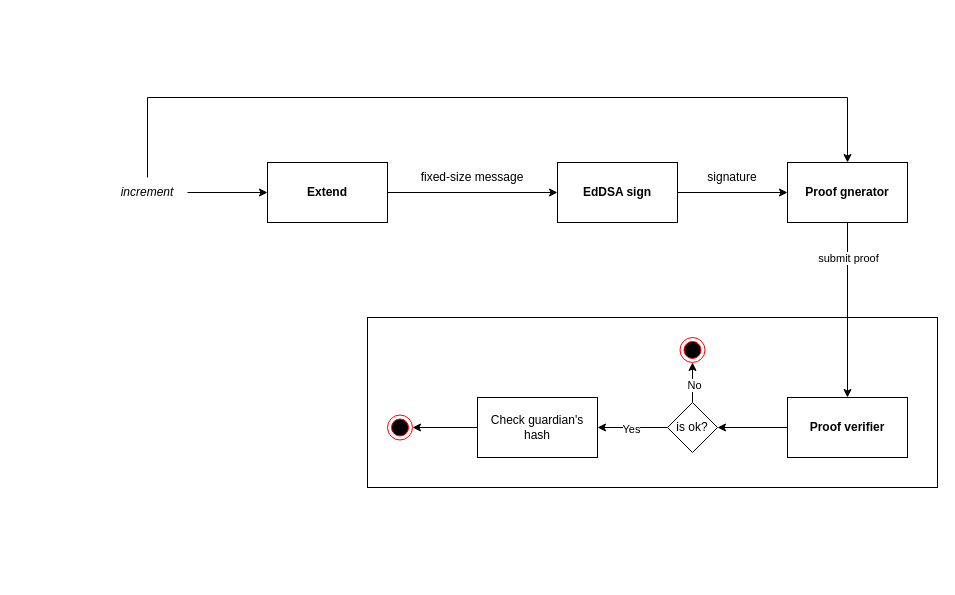
The draw.io diagram page "verification-process" (10 of 11) of documents/master.drawio in phamhongphuc1999/account-abstraction-app, before the edit. Source tidied: cells renumbered, new cells numbered last; positions are measured from the earlier drawing's top-left corner, leaving out a move shared by most shapes. Both pictures are drawn from the tidied source at 100%, with x=0, y=0 at pixel (107, 97).
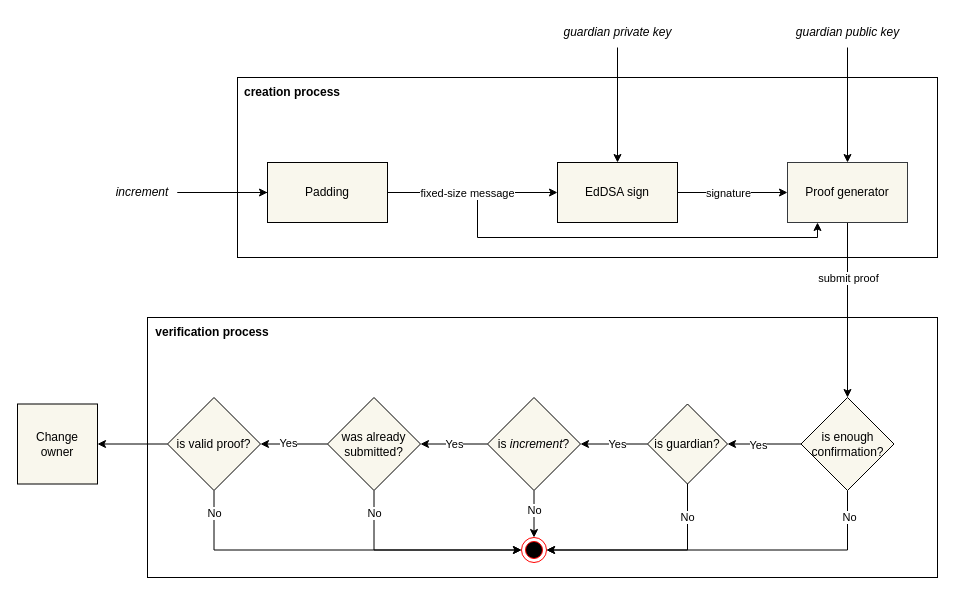
Above is the later version.

The change refers to these unchanged cells:
```xml
<mxCell id="8" style="rounded=0;jettySize=auto;html=1;entryX=0;entryY=0.5;entryDx=0;entryDy=0;" parent="1" edge="1" source="9" target="12">
  <mxGeometry relative="1" as="geometry" />
</mxCell>
```

Change to the diagram source:
```diff
@@
-    <mxCell id="2" style="rounded=0;whiteSpace=wrap;html=1;" parent="1" vertex="1">
-      <mxGeometry x="260" y="220" width="570" height="170" as="geometry" />
-    </mxCell>
+    <mxCell id="26" style="rounded=0;whiteSpace=wrap;html=1;" parent="1" vertex="1">
+      <mxGeometry x="40" y="220" width="790" height="260" as="geometry" />
+    </mxCell>
+    <mxCell id="27" style="rounded=0;whiteSpace=wrap;html=1;" parent="1" vertex="1">
+      <mxGeometry x="130" y="-20" width="700" height="180" as="geometry" />
+    </mxCell>
@@
-    <mxCell id="4" style="edgeStyle=orthogonalEdgeStyle;rounded=0;jettySize=auto;html=1;entryX=0.5;entryY=0;entryDx=0;entryDy=0;" parent="1" edge="1" source="5" target="12">
+    <mxCell id="4" style="edgeStyle=orthogonalEdgeStyle;rounded=0;jettySize=auto;html=1;entryX=0.25;entryY=1;entryDx=0;entryDy=0;" parent="1" edge="1" source="5" target="12">
       <mxGeometry relative="1" as="geometry">
         <Array as="points">
-          <mxPoint x="40" />
-          <mxPoint x="740" />
+          <mxPoint x="370" y="95" />
+          <mxPoint x="370" y="140" />
+          <mxPoint x="710" y="140" />
         </Array>
       </mxGeometry>
     </mxCell>
     <mxCell id="5" value="increment" style="text;html=1;align=center;verticalAlign=middle;whiteSpace=wrap;rounded=0;fontStyle=2;" parent="1" vertex="1">
-      <mxGeometry y="80" width="80" height="30" as="geometry" />
+      <mxGeometry y="80" width="70" height="30" as="geometry" />
     </mxCell>
     <mxCell id="6" style="rounded=0;jettySize=auto;html=1;entryX=0;entryY=0.5;entryDx=0;entryDy=0;" parent="1" edge="1" source="7" target="9">
-      <mxGeometry relative="1" as="geometry" />
+      <mxGeometry relative="1" as="geometry">
+        <Array as="points">
+          <mxPoint x="380" y="95" />
+        </Array>
+      </mxGeometry>
     </mxCell>
+    <mxCell id="13" value="fixed-size message" style="edgeLabel;html=1;align=center;verticalAlign=middle;" parent="6" vertex="1">
+      <mxGeometry x="-0.23" y="-1" relative="1" as="geometry">
+        <mxPoint x="14" y="-1" as="offset" />
+      </mxGeometry>
+    </mxCell>
-    <mxCell id="7" value="&lt;b&gt;Extend&lt;/b&gt;" style="rounded=0;whiteSpace=wrap;html=1;" parent="1" vertex="1">
+    <mxCell id="7" value="Padding" style="rounded=0;whiteSpace=wrap;html=1;fillColor=#F9F7ED;" parent="1" vertex="1">
       <mxGeometry x="160" y="65" width="120" height="60" as="geometry" />
     </mxCell>
@@
+    <mxCell id="14" value="signature" style="edgeLabel;html=1;align=center;verticalAlign=middle;" parent="8" vertex="1">
+      <mxGeometry x="-0.46" y="-1" relative="1" as="geometry">
+        <mxPoint x="20" y="-1" as="offset" />
+      </mxGeometry>
+    </mxCell>
+    <mxCell id="28" style="rounded=0;jettySize=auto;html=1;endArrow=none;endFill=0;startArrow=classic;startFill=1;" parent="1" edge="1" source="9">
+      <mxGeometry relative="1" as="geometry">
+        <mxPoint x="510" y="-50" as="targetPoint" />
+      </mxGeometry>
+    </mxCell>
-    <mxCell id="9" value="&lt;b&gt;EdDSA sign&lt;/b&gt;" style="rounded=0;whiteSpace=wrap;html=1;" parent="1" vertex="1">
+    <mxCell id="9" value="EdDSA sign" style="rounded=0;whiteSpace=wrap;html=1;fillColor=#F9F7ED;" parent="1" vertex="1">
       <mxGeometry x="450" y="65" width="120" height="60" as="geometry" />
     </mxCell>
-    <mxCell id="10" style="edgeStyle=orthogonalEdgeStyle;rounded=0;jettySize=auto;html=1;entryX=0.5;entryY=0;entryDx=0;entryDy=0;" parent="1" edge="1" source="12" target="16">
-      <mxGeometry relative="1" as="geometry" />
+    <mxCell id="10" style="edgeStyle=orthogonalEdgeStyle;rounded=0;jettySize=auto;html=1;entryX=0.5;entryY=0;entryDx=0;entryDy=0;" parent="1" edge="1" source="12">
+      <mxGeometry relative="1" as="geometry">
+        <mxPoint x="740" y="300" as="targetPoint" />
+      </mxGeometry>
     </mxCell>
     <mxCell id="11" value="submit proof" style="edgeLabel;html=1;align=center;verticalAlign=middle;" parent="10" vertex="1">
       <mxGeometry x="-0.3" y="2" relative="1" as="geometry">
-        <mxPoint x="-2" y="-26" as="offset" />
+        <mxPoint x="-2" y="-6" as="offset" />
       </mxGeometry>
     </mxCell>
+    <mxCell id="29" style="rounded=0;jettySize=auto;html=1;startArrow=classic;startFill=1;endArrow=none;endFill=0;" parent="1" edge="1" source="12">
+      <mxGeometry relative="1" as="geometry">
+        <mxPoint x="740" y="-50" as="targetPoint" />
+      </mxGeometry>
+    </mxCell>
-    <mxCell id="12" value="&lt;b&gt;Proof gnerator&lt;/b&gt;" style="rounded=0;whiteSpace=wrap;html=1;" parent="1" vertex="1">
+    <mxCell id="12" value="Proof generator" style="rounded=0;whiteSpace=wrap;html=1;fillColor=#f9f7ed;strokeColor=#36393d;" parent="1" vertex="1">
       <mxGeometry x="680" y="65" width="120" height="60" as="geometry" />
     </mxCell>
-    <mxCell id="13" value="fixed-size message" style="text;html=1;align=center;verticalAlign=middle;whiteSpace=wrap;rounded=0;" parent="1" vertex="1">
-      <mxGeometry x="280" y="65" width="170" height="30" as="geometry" />
-    </mxCell>
-    <mxCell id="14" value="signature" style="text;html=1;align=center;verticalAlign=middle;whiteSpace=wrap;rounded=0;" parent="1" vertex="1">
-      <mxGeometry x="570" y="65" width="110" height="30" as="geometry" />
-    </mxCell>
-    <mxCell id="15" style="edgeStyle=orthogonalEdgeStyle;rounded=0;jettySize=auto;html=1;entryX=1;entryY=0.5;entryDx=0;entryDy=0;" parent="1" edge="1" source="16" target="21">
-      <mxGeometry relative="1" as="geometry" />
-    </mxCell>
-    <mxCell id="16" value="&lt;b&gt;Proof verifier&lt;/b&gt;" style="rounded=0;whiteSpace=wrap;html=1;" parent="1" vertex="1">
-      <mxGeometry x="680" y="300" width="120" height="60" as="geometry" />
-    </mxCell>
-    <mxCell id="17" style="rounded=0;jettySize=auto;html=1;entryX=0.5;entryY=1;entryDx=0;entryDy=0;" parent="1" edge="1" source="21" target="22">
-      <mxGeometry relative="1" as="geometry" />
-    </mxCell>
-    <mxCell id="18" value="No" style="edgeLabel;html=1;align=center;verticalAlign=middle;" parent="17" vertex="1">
-      <mxGeometry x="-0.1" y="-1" relative="1" as="geometry" />
-    </mxCell>
-    <mxCell id="19" style="rounded=0;jettySize=auto;html=1;entryX=1;entryY=0.5;entryDx=0;entryDy=0;" parent="1" edge="1" source="21" target="24">
-      <mxGeometry relative="1" as="geometry" />
-    </mxCell>
-    <mxCell id="20" value="Yes" style="edgeLabel;html=1;align=center;verticalAlign=middle;" parent="19" vertex="1">
-      <mxGeometry x="0.05" y="1" relative="1" as="geometry" />
-    </mxCell>
+    <mxCell id="30" style="edgeStyle=orthogonalEdgeStyle;rounded=0;jettySize=auto;html=1;" parent="1" edge="1" source="21" target="47">
+      <mxGeometry relative="1" as="geometry" />
+    </mxCell>
+    <mxCell id="31" value="Yes" style="edgeLabel;html=1;align=center;verticalAlign=middle;" parent="30" vertex="1">
+      <mxGeometry x="0.18" y="1" relative="1" as="geometry" />
+    </mxCell>
+    <mxCell id="32" style="edgeStyle=orthogonalEdgeStyle;rounded=0;jettySize=auto;html=1;entryX=1;entryY=0.5;entryDx=0;entryDy=0;" parent="1" edge="1" source="21" target="25">
+      <mxGeometry relative="1" as="geometry">
+        <Array as="points">
+          <mxPoint x="740" y="453" />
+        </Array>
+      </mxGeometry>
+    </mxCell>
+    <mxCell id="33" value="No" style="edgeLabel;html=1;align=center;verticalAlign=middle;" parent="32" vertex="1">
+      <mxGeometry x="-0.85" y="1" relative="1" as="geometry">
+        <mxPoint y="-1" as="offset" />
+      </mxGeometry>
+    </mxCell>
-    <mxCell id="21" value="is ok?" style="rhombus;whiteSpace=wrap;html=1;" parent="1" vertex="1">
-      <mxGeometry x="560" y="305" width="50" height="50" as="geometry" />
+    <mxCell id="21" value="is enough confirmation?" style="rhombus;whiteSpace=wrap;html=1;fillColor=#F9F7ED;" parent="1" vertex="1">
+      <mxGeometry x="693.5" y="300" width="93" height="93" as="geometry" />
     </mxCell>
-    <mxCell id="22" style="ellipse;html=1;shape=endState;fillColor=#000000;strokeColor=#ff0000;" parent="1" vertex="1">
-      <mxGeometry x="572.5" y="240" width="25" height="25" as="geometry" />
-    </mxCell>
-    <mxCell id="23" style="rounded=0;jettySize=auto;html=1;entryX=1;entryY=0.5;entryDx=0;entryDy=0;" parent="1" edge="1" source="24" target="25">
-      <mxGeometry relative="1" as="geometry" />
-    </mxCell>
-    <mxCell id="24" value="Check guardian's hash" style="rounded=0;whiteSpace=wrap;html=1;" parent="1" vertex="1">
-      <mxGeometry x="370" y="300" width="120" height="60" as="geometry" />
-    </mxCell>
     <mxCell id="25" style="ellipse;html=1;shape=endState;fillColor=#000000;strokeColor=#ff0000;" parent="1" vertex="1">
-      <mxGeometry x="280" y="317.5" width="25" height="25" as="geometry" />
+      <mxGeometry x="414" y="440" width="25" height="25" as="geometry" />
     </mxCell>
+    <mxCell id="34" value="&lt;b&gt;verification process&lt;/b&gt;" style="text;html=1;align=center;verticalAlign=middle;whiteSpace=wrap;rounded=0;" parent="1" vertex="1">
+      <mxGeometry x="40" y="220" width="130" height="30" as="geometry" />
+    </mxCell>
+    <mxCell id="35" value="&lt;b&gt;creation process&lt;/b&gt;" style="text;html=1;align=center;verticalAlign=middle;whiteSpace=wrap;rounded=0;" parent="1" vertex="1">
+      <mxGeometry x="130" y="-20" width="110" height="30" as="geometry" />
+    </mxCell>
+    <mxCell id="36" value="guardian private key" style="text;html=1;align=center;verticalAlign=middle;whiteSpace=wrap;rounded=0;fontStyle=2;" parent="1" vertex="1">
+      <mxGeometry x="452.5" y="-80" width="115" height="30" as="geometry" />
+    </mxCell>
+    <mxCell id="37" value="guardian public key" style="text;html=1;align=center;verticalAlign=middle;whiteSpace=wrap;rounded=0;fontStyle=2;" parent="1" vertex="1">
+      <mxGeometry x="682.5" y="-80" width="115" height="30" as="geometry" />
+    </mxCell>
+    <mxCell id="38" style="rounded=0;jettySize=auto;html=1;" parent="1" edge="1" source="42" target="52">
+      <mxGeometry relative="1" as="geometry" />
+    </mxCell>
+    <mxCell id="39" value="Yes" style="edgeLabel;html=1;align=center;verticalAlign=middle;" parent="38" vertex="1">
+      <mxGeometry relative="1" as="geometry" />
+    </mxCell>
+    <mxCell id="40" style="edgeStyle=orthogonalEdgeStyle;rounded=0;jettySize=auto;html=1;" parent="1" edge="1" source="42" target="25">
+      <mxGeometry relative="1" as="geometry" />
+    </mxCell>
+    <mxCell id="41" value="No" style="edgeLabel;html=1;align=center;verticalAlign=middle;" parent="40" vertex="1">
+      <mxGeometry x="-0.17" relative="1" as="geometry">
+        <mxPoint y="-1" as="offset" />
+      </mxGeometry>
+    </mxCell>
+    <mxCell id="42" value="is &lt;i&gt;increment&lt;/i&gt;?" style="rhombus;whiteSpace=wrap;html=1;fillColor=#F9F7ED;" parent="1" vertex="1">
+      <mxGeometry x="380" y="300" width="93" height="93" as="geometry" />
+    </mxCell>
+    <mxCell id="43" style="edgeStyle=orthogonalEdgeStyle;rounded=0;jettySize=auto;html=1;entryX=1;entryY=0.5;entryDx=0;entryDy=0;" parent="1" edge="1" source="47" target="42">
+      <mxGeometry relative="1" as="geometry" />
+    </mxCell>
+    <mxCell id="44" value="Yes" style="edgeLabel;html=1;align=center;verticalAlign=middle;" parent="43" vertex="1">
+      <mxGeometry x="-0.06" relative="1" as="geometry" />
+    </mxCell>
+    <mxCell id="45" style="edgeStyle=orthogonalEdgeStyle;rounded=0;jettySize=auto;html=1;entryX=1;entryY=0.5;entryDx=0;entryDy=0;" parent="1" edge="1" source="47" target="25">
+      <mxGeometry relative="1" as="geometry">
+        <Array as="points">
+          <mxPoint x="580" y="453" />
+        </Array>
+      </mxGeometry>
+    </mxCell>
+    <mxCell id="46" value="No" style="edgeLabel;html=1;align=center;verticalAlign=middle;" parent="45" vertex="1">
+      <mxGeometry x="-0.68" y="-1" relative="1" as="geometry" />
+    </mxCell>
+    <mxCell id="47" value="is guardian?" style="rhombus;whiteSpace=wrap;html=1;fillColor=#F9F7ED;" parent="1" vertex="1">
+      <mxGeometry x="540" y="306.5" width="80" height="80" as="geometry" />
+    </mxCell>
+    <mxCell id="48" style="rounded=0;jettySize=auto;html=1;" parent="1" edge="1" source="52" target="56">
+      <mxGeometry relative="1" as="geometry" />
+    </mxCell>
+    <mxCell id="49" value="Yes" style="edgeLabel;html=1;align=center;verticalAlign=middle;" parent="48" vertex="1">
+      <mxGeometry x="0.19" y="-1" relative="1" as="geometry" />
+    </mxCell>
+    <mxCell id="50" style="edgeStyle=orthogonalEdgeStyle;rounded=0;jettySize=auto;html=1;entryX=0;entryY=0.5;entryDx=0;entryDy=0;" parent="1" edge="1" source="52" target="25">
+      <mxGeometry relative="1" as="geometry">
+        <Array as="points">
+          <mxPoint x="266" y="453" />
+        </Array>
+      </mxGeometry>
+    </mxCell>
+    <mxCell id="51" value="No" style="edgeLabel;html=1;align=center;verticalAlign=middle;" parent="50" vertex="1">
+      <mxGeometry x="-0.79" relative="1" as="geometry" />
+    </mxCell>
+    <mxCell id="52" value="was already submitted?" style="rhombus;whiteSpace=wrap;html=1;fillColor=#F9F7ED;" parent="1" vertex="1">
+      <mxGeometry x="220" y="300" width="93" height="93" as="geometry" />
+    </mxCell>
+    <mxCell id="53" style="rounded=0;jettySize=auto;html=1;" parent="1" edge="1" source="56" target="57">
+      <mxGeometry relative="1" as="geometry" />
+    </mxCell>
+    <mxCell id="54" style="edgeStyle=orthogonalEdgeStyle;rounded=0;jettySize=auto;html=1;entryX=0;entryY=0.5;entryDx=0;entryDy=0;" parent="1" edge="1" source="56" target="25">
+      <mxGeometry relative="1" as="geometry">
+        <Array as="points">
+          <mxPoint x="106" y="453" />
+        </Array>
+      </mxGeometry>
+    </mxCell>
+    <mxCell id="55" value="No" style="edgeLabel;html=1;align=center;verticalAlign=middle;" parent="54" vertex="1">
+      <mxGeometry x="-0.88" relative="1" as="geometry" />
+    </mxCell>
+    <mxCell id="56" value="is valid proof?" style="rhombus;whiteSpace=wrap;html=1;fillColor=#F9F7ED;" parent="1" vertex="1">
+      <mxGeometry x="60" y="300" width="93" height="93" as="geometry" />
+    </mxCell>
+    <mxCell id="57" value="Change owner" style="whiteSpace=wrap;html=1;fillColor=#F9F7ED;" parent="1" vertex="1">
+      <mxGeometry x="-90" y="306.5" width="80" height="80" as="geometry" />
+    </mxCell>
```
